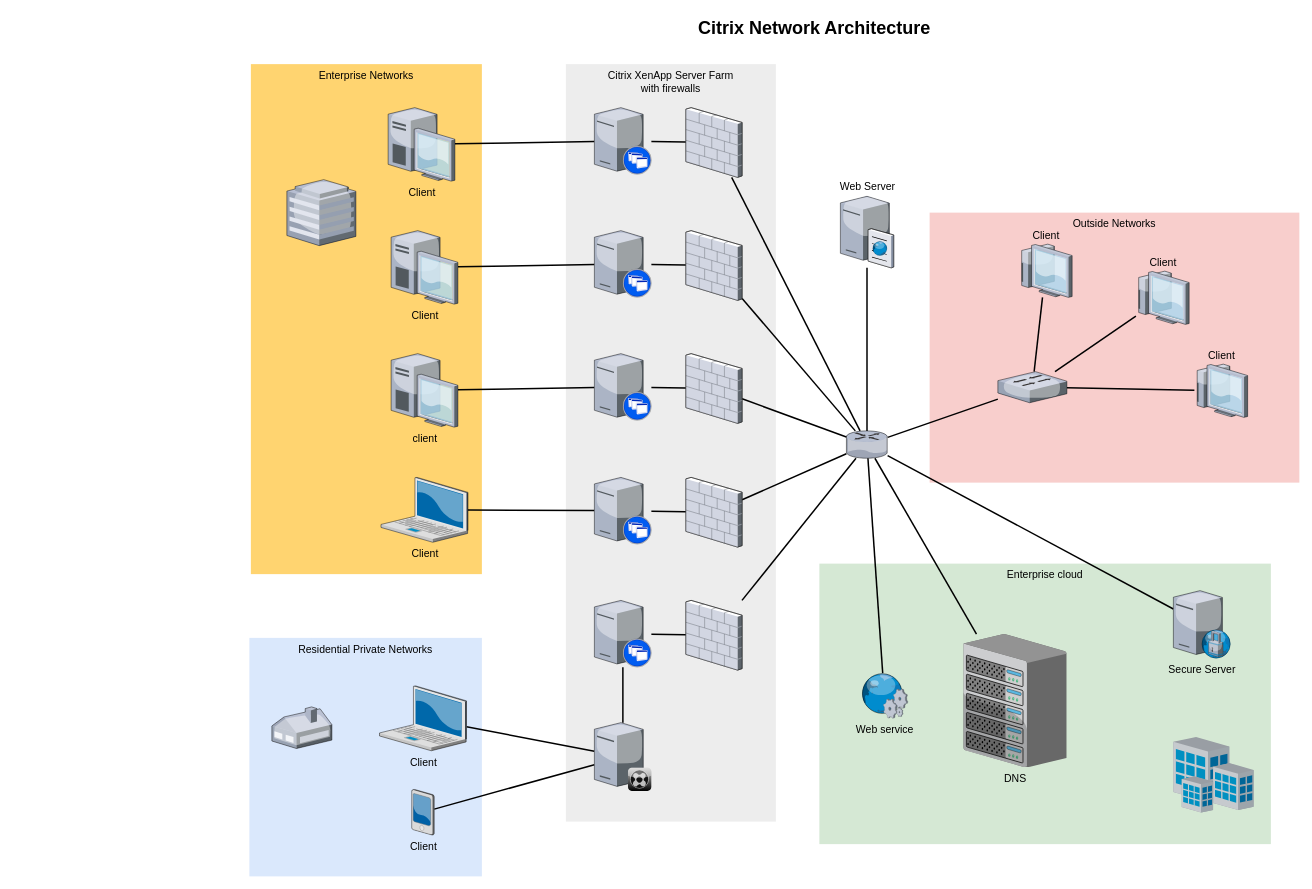
Above: 网络拓扑.drawio in LaanTuring/MyFirst (draw.io), before the change. Source tidied: cells renumbered, new cells numbered last; positions are measured from the earlier drawing's top-left corner, leaving out a move shared by most shapes. Both pictures are drawn from the tidied source at 75%, with x=0, y=0 at pixel (249, 13).
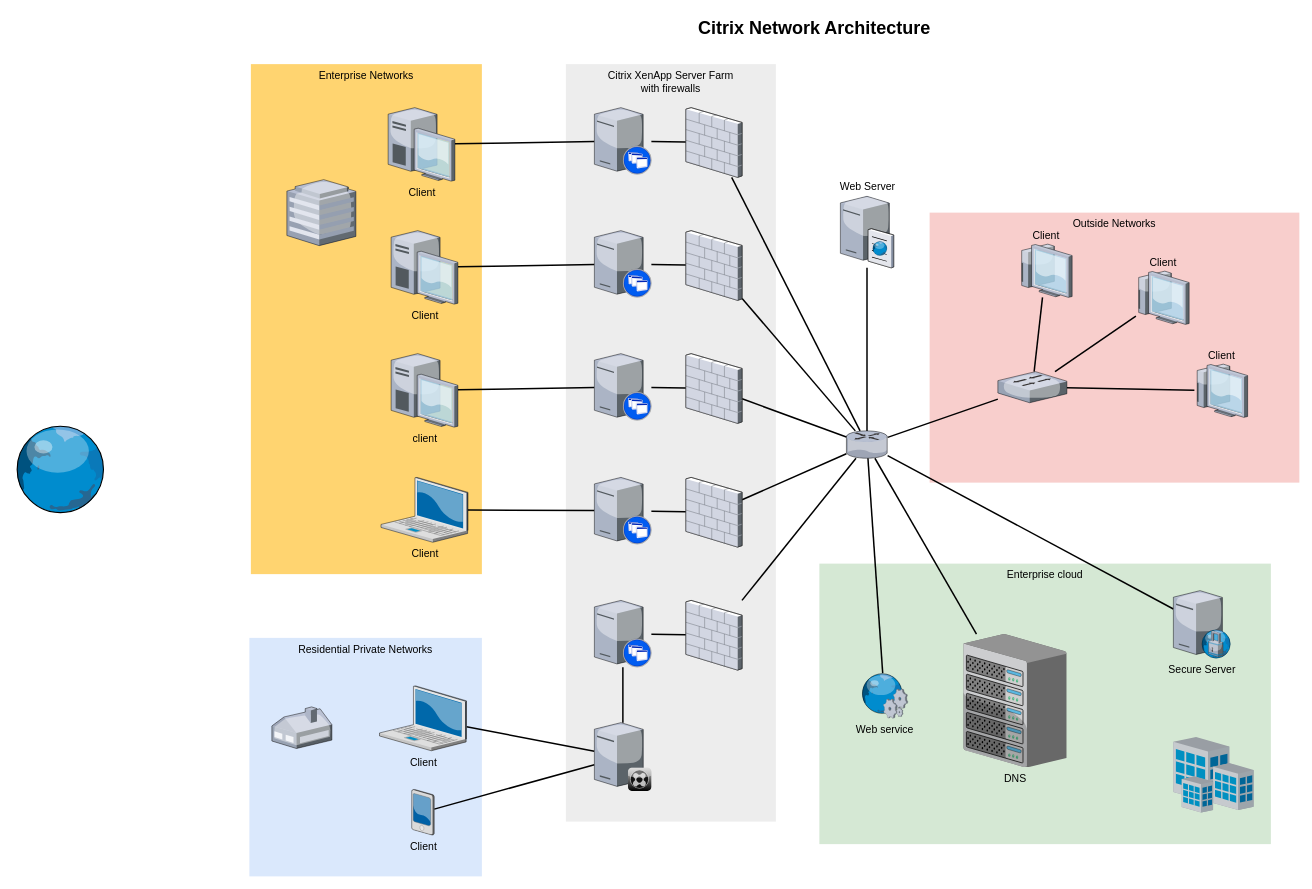
After the change.

Commit message:
更新网络拓扑.drawio

What changed in the source:
```diff
@@
+    <mxCell id="62" style="verticalLabelPosition=bottom;sketch=0;html=1;verticalAlign=top;strokeColor=none;align=center;shape=mxgraph.citrix.globe;fillColor=default;" parent="1" vertex="1">
+      <mxGeometry x="-315" y="549" width="122.5" height="117" as="geometry" />
+    </mxCell>
```
